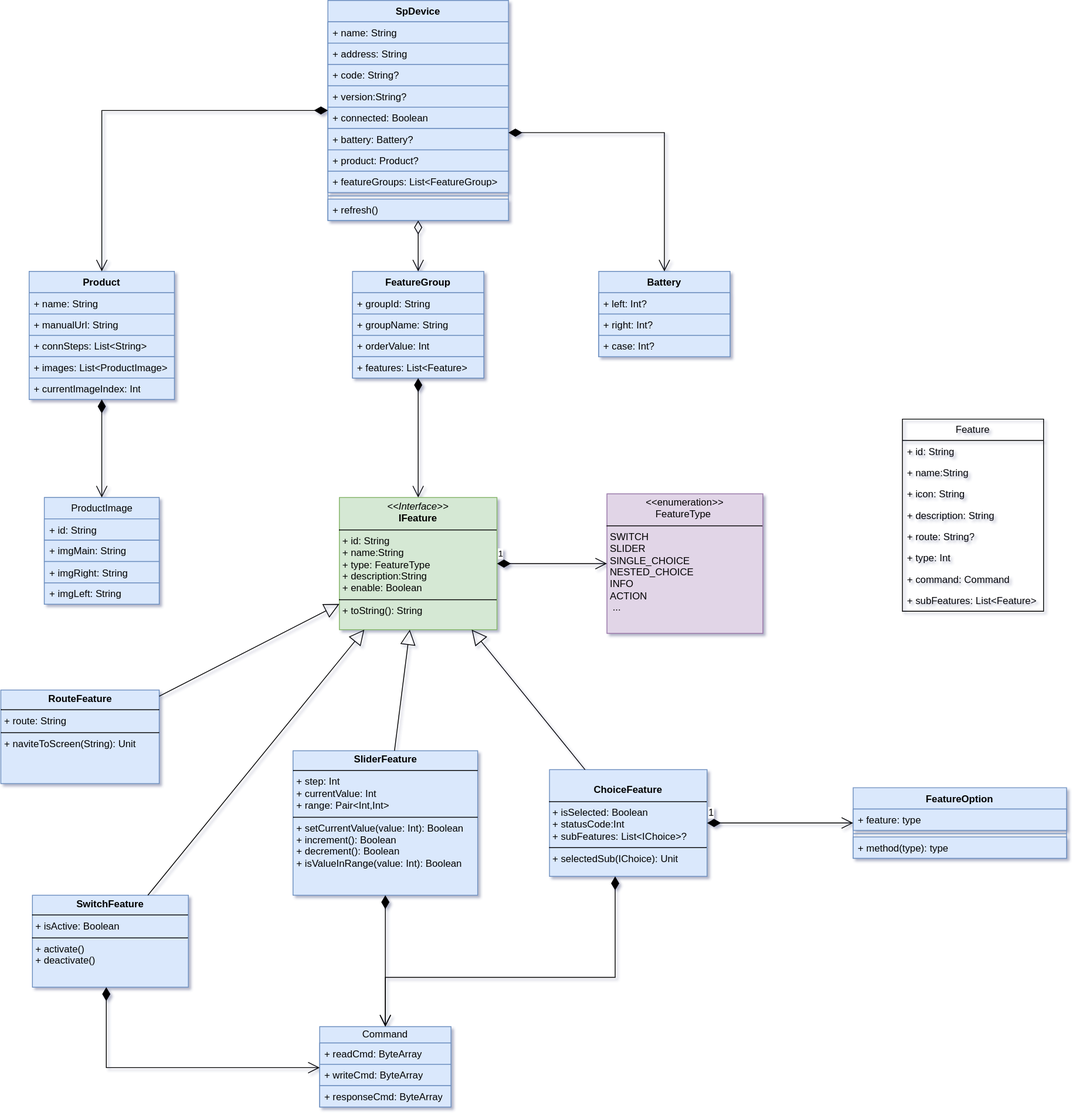
Above: sp-device.drawio.svg in kekemao00/draw-libs (draw.io), before the change. Source tidied: cells renumbered, new cells last; positions are measured from the earlier drawing's top-left corner, leaving out a move shared by most shapes.
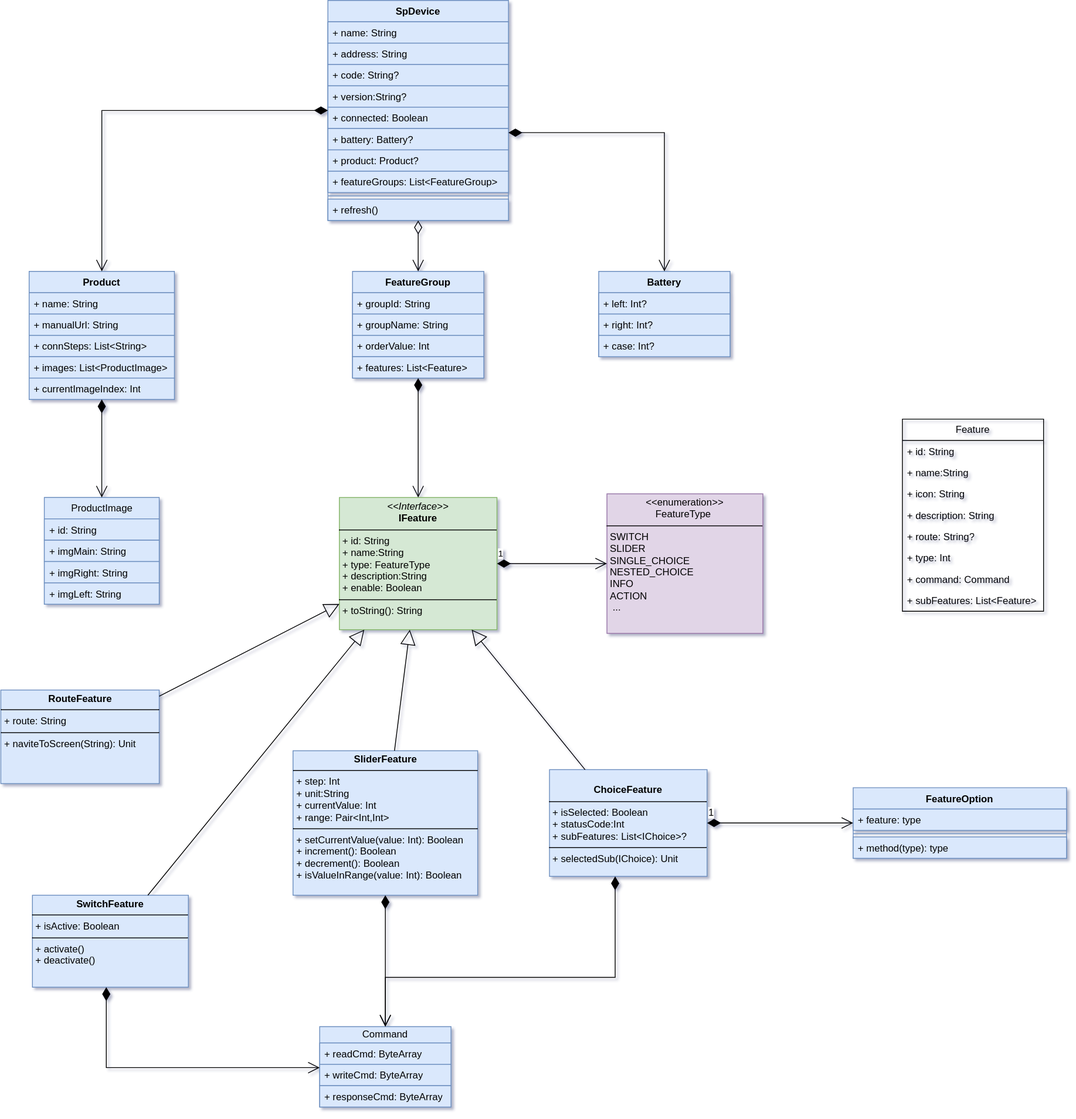
After the commit.

Change to the diagram source:
```diff
@@ -146,7 +146,7 @@
     <mxCell id="49" value="&lt;p style=&quot;margin:0px;margin-top:4px;text-align:center;&quot;&gt;&lt;b&gt;SwitchFeature&lt;/b&gt;&lt;/p&gt;&lt;hr size=&quot;1&quot; style=&quot;border-style:solid;&quot;&gt;&lt;p style=&quot;margin:0px;margin-left:4px;&quot;&gt;+ isActive: Boolean&lt;br&gt;&lt;/p&gt;&lt;hr size=&quot;1&quot; style=&quot;border-style:solid;&quot;&gt;&lt;p style=&quot;margin:0px;margin-left:4px;&quot;&gt;+ activate()&lt;br&gt;+ deactivate()&lt;/p&gt;" style="verticalAlign=top;align=left;overflow=fill;html=1;whiteSpace=wrap;fillColor=#dae8fc;strokeColor=#6c8ebf;" parent="1" vertex="1">
       <mxGeometry x="38" y="1090" width="190" height="112" as="geometry" />
     </mxCell>
-    <mxCell id="50" value="&lt;p style=&quot;margin:0px;margin-top:4px;text-align:center;&quot;&gt;&lt;b&gt;SliderFeature&lt;/b&gt;&lt;/p&gt;&lt;hr size=&quot;1&quot; style=&quot;border-style:solid;&quot;&gt;&lt;p style=&quot;margin:0px;margin-left:4px;&quot;&gt;+&amp;nbsp;step: Int&lt;br&gt;+&amp;nbsp;currentValue: Int&lt;br&gt;+ range: Pair&amp;lt;Int,Int&amp;gt;&lt;/p&gt;&lt;hr size=&quot;1&quot; style=&quot;border-style:solid;&quot;&gt;&lt;p style=&quot;margin:0px;margin-left:4px;&quot;&gt;+ setCurrentValue(value: Int): Boolean&lt;/p&gt;&lt;p style=&quot;margin:0px;margin-left:4px;&quot;&gt;+ increment(): Boolean&lt;/p&gt;&lt;p style=&quot;margin:0px;margin-left:4px;&quot;&gt;+ decrement(): Boolean&lt;/p&gt;&lt;p style=&quot;margin:0px;margin-left:4px;&quot;&gt;+ isValueInRange(value: Int): Boolean&lt;/p&gt;" style="verticalAlign=top;align=left;overflow=fill;html=1;whiteSpace=wrap;fillColor=#dae8fc;strokeColor=#6c8ebf;" parent="1" vertex="1">
+    <mxCell id="50" value="&lt;p style=&quot;margin:0px;margin-top:4px;text-align:center;&quot;&gt;&lt;b&gt;SliderFeature&lt;/b&gt;&lt;/p&gt;&lt;hr size=&quot;1&quot; style=&quot;border-style:solid;&quot;&gt;&lt;p style=&quot;margin:0px;margin-left:4px;&quot;&gt;+&amp;nbsp;step: Int&lt;br&gt;+ unit:String&lt;br&gt;+&amp;nbsp;currentValue: Int&lt;br&gt;+ range: Pair&amp;lt;Int,Int&amp;gt;&lt;/p&gt;&lt;hr size=&quot;1&quot; style=&quot;border-style:solid;&quot;&gt;&lt;p style=&quot;margin:0px;margin-left:4px;&quot;&gt;+ setCurrentValue(value: Int): Boolean&lt;/p&gt;&lt;p style=&quot;margin:0px;margin-left:4px;&quot;&gt;+ increment(): Boolean&lt;/p&gt;&lt;p style=&quot;margin:0px;margin-left:4px;&quot;&gt;+ decrement(): Boolean&lt;/p&gt;&lt;p style=&quot;margin:0px;margin-left:4px;&quot;&gt;+ isValueInRange(value: Int): Boolean&lt;/p&gt;" style="verticalAlign=top;align=left;overflow=fill;html=1;whiteSpace=wrap;fillColor=#dae8fc;strokeColor=#6c8ebf;" parent="1" vertex="1">
       <mxGeometry x="355.5" y="914" width="225" height="176" as="geometry" />
     </mxCell>
     <mxCell id="51" style="endArrow=open;html=1;endSize=12;startArrow=diamondThin;startSize=14;startFill=1;edgeStyle=orthogonalEdgeStyle;align=left;verticalAlign=bottom;rounded=0;" parent="1" edge="1" source="2" target="13">
```
